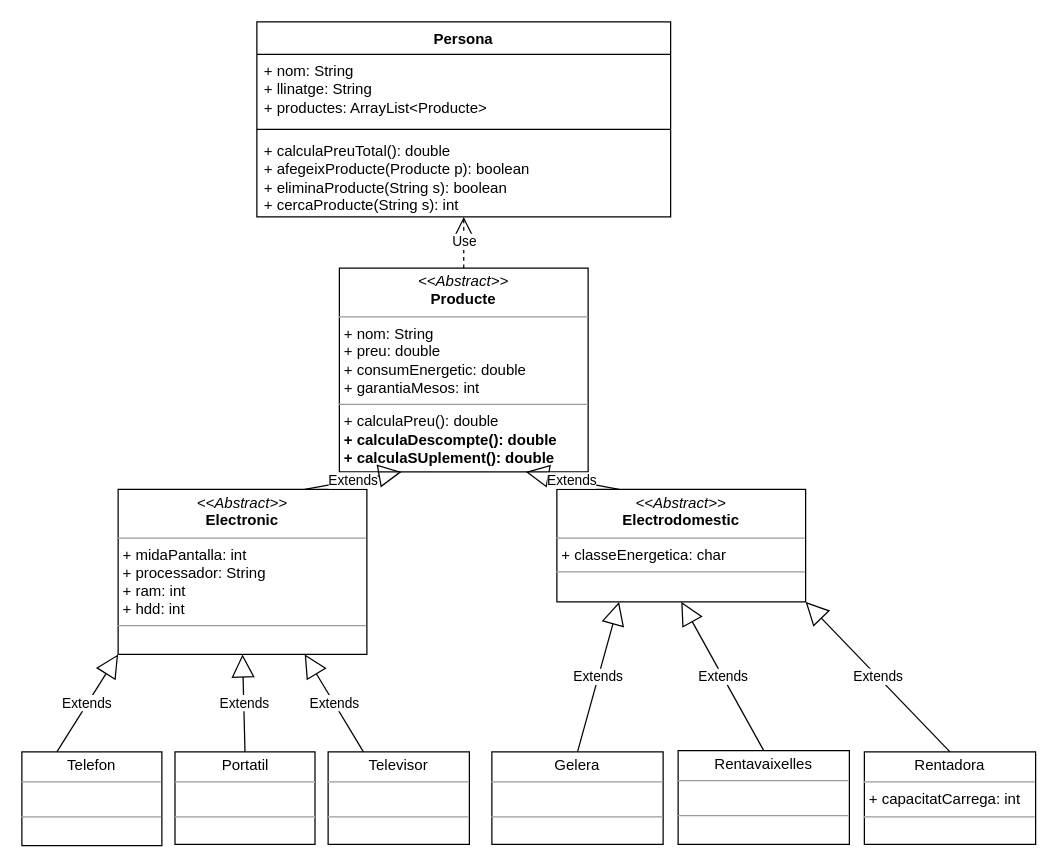
Earlier version of the draw.io diagram DRAW.IO/ACT8_6B.drawio (bvivess/PRG). Source tidied: cells renumbered, new cells numbered last; positions are measured from the earlier drawing's top-left corner, leaving out a move shared by most shapes. Both pictures are drawn from the tidied source at 125%, with x=0, y=0 at pixel (21, 21).
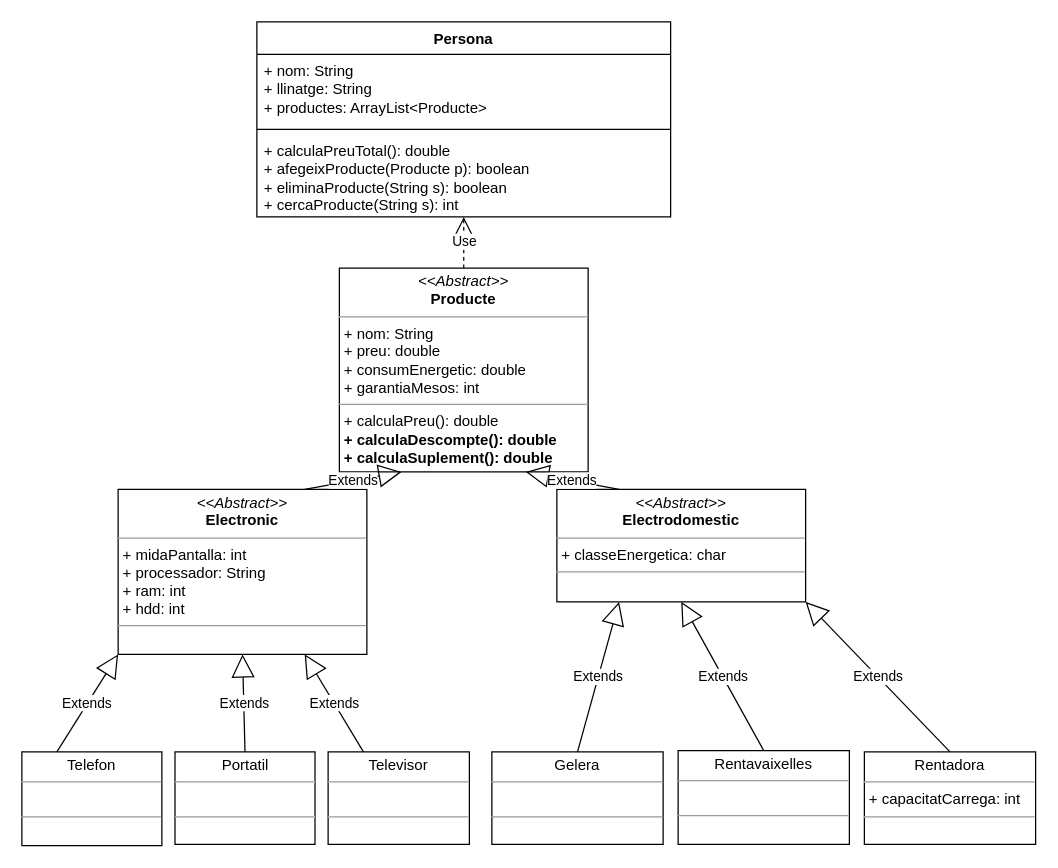
Above is the later version.

Diff of the diagram source:
```diff
@@
-    <mxCell id="13" value="&lt;p style=&quot;margin:0px;margin-top:4px;text-align:center;&quot;&gt;&lt;i style=&quot;border-color: var(--border-color);&quot;&gt;&amp;lt;&amp;lt;Abstract&amp;gt;&amp;gt;&lt;/i&gt;&lt;br style=&quot;border-color: var(--border-color);&quot;&gt;&lt;b style=&quot;border-color: var(--border-color);&quot;&gt;Producte&lt;/b&gt;&lt;br&gt;&lt;/p&gt;&lt;hr size=&quot;1&quot;&gt;&lt;p style=&quot;margin:0px;margin-left:4px;&quot;&gt;+ nom: String&lt;/p&gt;&lt;p style=&quot;margin:0px;margin-left:4px;&quot;&gt;+ preu: double&lt;/p&gt;&lt;p style=&quot;border-color: var(--border-color); margin: 0px 0px 0px 4px;&quot;&gt;+ consumEnergetic: double&lt;/p&gt;&lt;p style=&quot;border-color: var(--border-color); margin: 0px 0px 0px 4px;&quot;&gt;+ garantiaMesos: int&lt;/p&gt;&lt;hr size=&quot;1&quot;&gt;&lt;p style=&quot;margin:0px;margin-left:4px;&quot;&gt;&lt;span style=&quot;background-color: initial;&quot;&gt;+ calculaPreu(): double&lt;/span&gt;&lt;br&gt;&lt;/p&gt;&lt;p style=&quot;margin:0px;margin-left:4px;&quot;&gt;&lt;span style=&quot;background-color: initial;&quot;&gt;&lt;b&gt;+ calculaDescompte(): double&lt;/b&gt;&lt;/span&gt;&lt;/p&gt;&lt;p style=&quot;margin:0px;margin-left:4px;&quot;&gt;&lt;span style=&quot;background-color: initial;&quot;&gt;&lt;b&gt;+ calculaSUplement(): double&lt;/b&gt;&lt;/span&gt;&lt;/p&gt;" style="verticalAlign=top;align=left;overflow=fill;fontSize=12;fontFamily=Helvetica;html=1;whiteSpace=wrap;" parent="1" vertex="1">
+    <mxCell id="13" value="&lt;p style=&quot;margin:0px;margin-top:4px;text-align:center;&quot;&gt;&lt;i style=&quot;border-color: var(--border-color);&quot;&gt;&amp;lt;&amp;lt;Abstract&amp;gt;&amp;gt;&lt;/i&gt;&lt;br style=&quot;border-color: var(--border-color);&quot;&gt;&lt;b style=&quot;border-color: var(--border-color);&quot;&gt;Producte&lt;/b&gt;&lt;br&gt;&lt;/p&gt;&lt;hr size=&quot;1&quot;&gt;&lt;p style=&quot;margin:0px;margin-left:4px;&quot;&gt;+ nom: String&lt;/p&gt;&lt;p style=&quot;margin:0px;margin-left:4px;&quot;&gt;+ preu: double&lt;/p&gt;&lt;p style=&quot;border-color: var(--border-color); margin: 0px 0px 0px 4px;&quot;&gt;+ consumEnergetic: double&lt;/p&gt;&lt;p style=&quot;border-color: var(--border-color); margin: 0px 0px 0px 4px;&quot;&gt;+ garantiaMesos: int&lt;/p&gt;&lt;hr size=&quot;1&quot;&gt;&lt;p style=&quot;margin:0px;margin-left:4px;&quot;&gt;&lt;span style=&quot;background-color: initial;&quot;&gt;+ calculaPreu(): double&lt;/span&gt;&lt;br&gt;&lt;/p&gt;&lt;p style=&quot;margin:0px;margin-left:4px;&quot;&gt;&lt;span style=&quot;background-color: initial;&quot;&gt;&lt;b&gt;+ calculaDescompte(): double&lt;/b&gt;&lt;/span&gt;&lt;/p&gt;&lt;p style=&quot;margin:0px;margin-left:4px;&quot;&gt;&lt;span style=&quot;background-color: initial;&quot;&gt;&lt;b&gt;+ calculaSuplement(): double&lt;/b&gt;&lt;/span&gt;&lt;/p&gt;" style="verticalAlign=top;align=left;overflow=fill;fontSize=12;fontFamily=Helvetica;html=1;whiteSpace=wrap;" parent="1" vertex="1">
       <mxGeometry x="254" y="197" width="199" height="163" as="geometry" />
     </mxCell>
```
